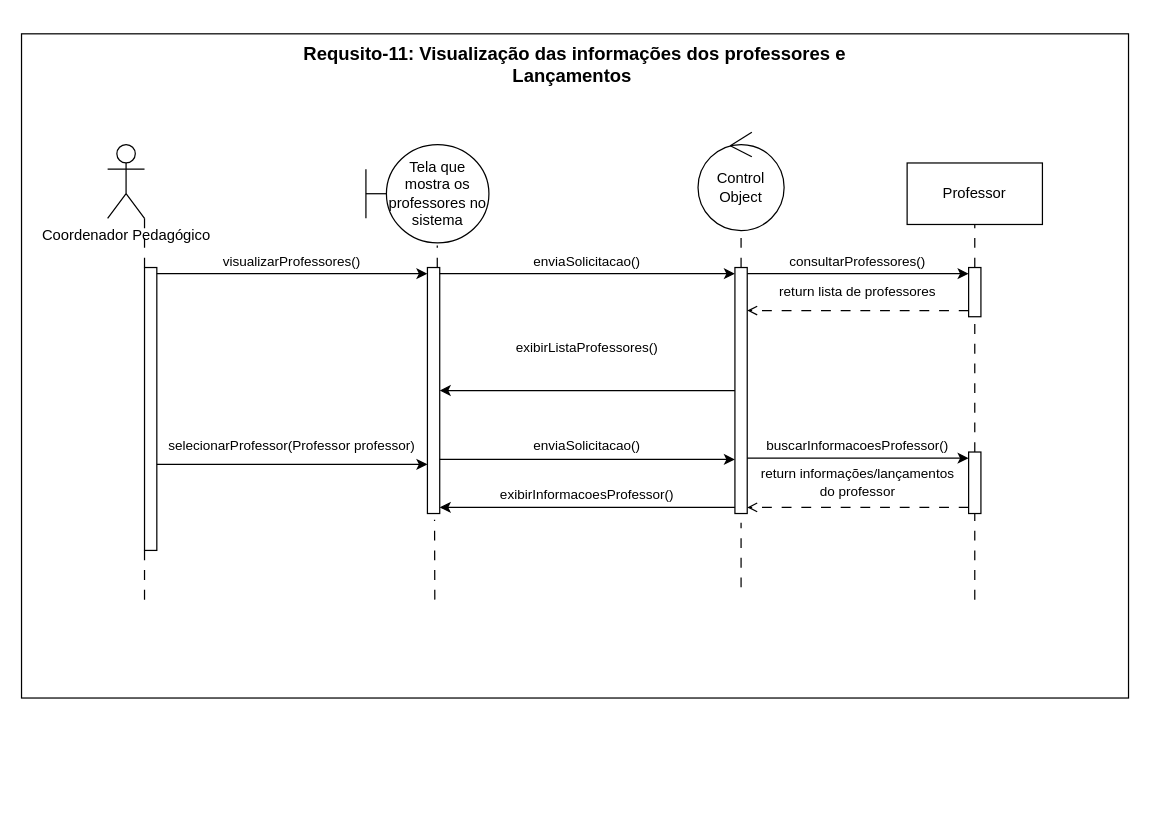
This is Requisito-11.drawio from LizReis/An-lise-de-Sistemas, a draw.io file, before an edit. Source tidied: cells renumbered, new cells numbered last; positions are measured from the earlier drawing's top-left corner, leaving out a move shared by most shapes. Both pictures are drawn from the tidied source at 123%, with x=0, y=0 at pixel (21, 33).
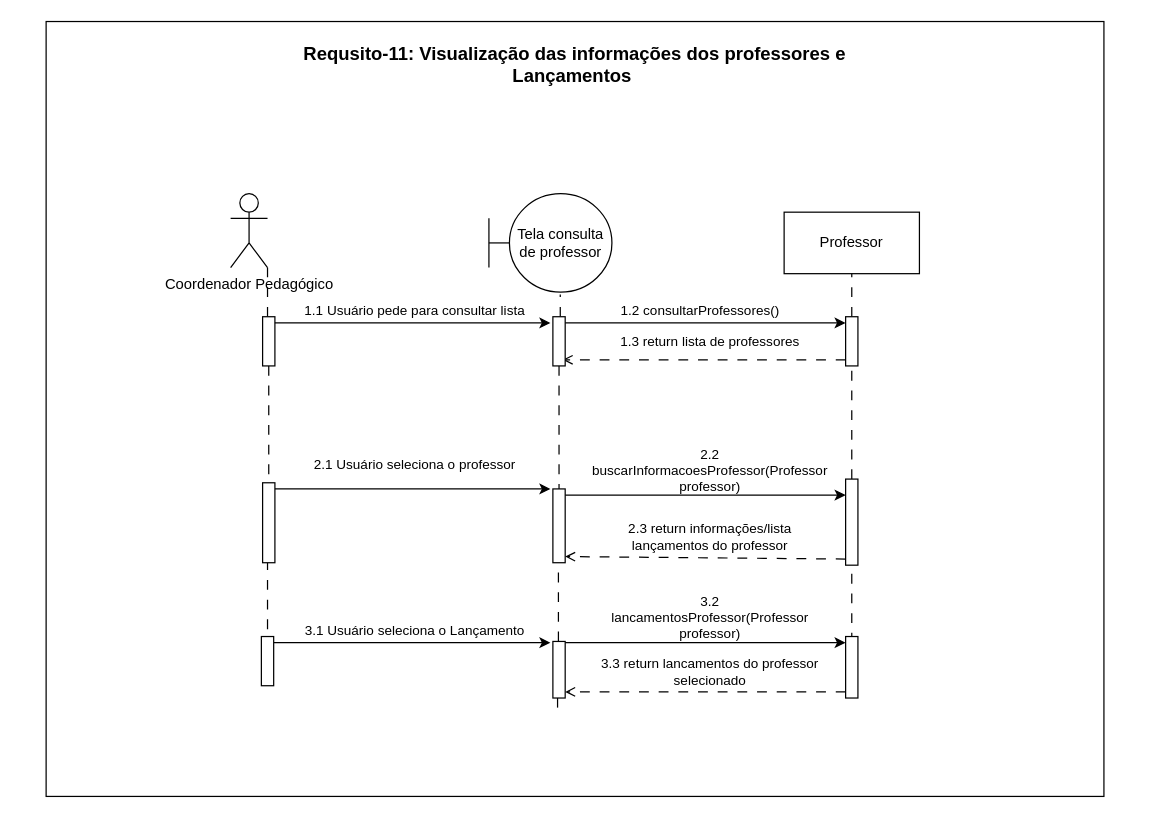
The same diagram, later.

What changed in the source:
```diff
@@
     <mxCell id="2" style="rounded=0;whiteSpace=wrap;html=1;" parent="1" vertex="1">
-      <mxGeometry width="900" height="540" as="geometry" />
+      <mxGeometry x="20" y="-10" width="860" height="630" as="geometry" />
     </mxCell>
     <mxCell id="3" value="Coordenador Pedagógico" style="shape=umlActor;verticalLabelPosition=bottom;verticalAlign=top;html=1;outlineConnect=0;" parent="1" vertex="1">
-      <mxGeometry x="70" y="90" width="30" height="60" as="geometry" />
+      <mxGeometry x="170" y="130" width="30" height="60" as="geometry" />
     </mxCell>
@@
-    <mxCell id="5" value="Tela que mostra os professores no sistema" style="shape=umlBoundary;whiteSpace=wrap;html=1;" parent="1" vertex="1">
-      <mxGeometry x="280" y="90" width="100" height="80" as="geometry" />
+    <mxCell id="5" value="Tela consulta de professor" style="shape=umlBoundary;whiteSpace=wrap;html=1;" parent="1" vertex="1">
+      <mxGeometry x="380" y="130" width="100" height="80" as="geometry" />
     </mxCell>
-    <mxCell id="6" value="Control Object" style="ellipse;shape=umlControl;whiteSpace=wrap;html=1;" parent="1" vertex="1">
-      <mxGeometry x="550" y="80" width="70" height="80" as="geometry" />
-    </mxCell>
     <mxCell id="7" value="Professor" style="html=1;whiteSpace=wrap;" parent="1" vertex="1">
-      <mxGeometry x="720" y="105" width="110" height="50" as="geometry" />
+      <mxGeometry x="620" y="145" width="110" height="50" as="geometry" />
     </mxCell>
-    <mxCell id="8" style="endArrow=none;html=1;rounded=0;dashed=1;dashPattern=8 8;entryX=0.58;entryY=1.025;entryDx=0;entryDy=0;entryPerimeter=0;" parent="1" edge="1" source="15" target="5">
-      <mxGeometry relative="1" as="geometry" />
+    <mxCell id="8" style="endArrow=none;html=1;rounded=0;dashed=1;dashPattern=8 8;entryX=0.58;entryY=1.025;entryDx=0;entryDy=0;entryPerimeter=0;" parent="1" edge="1" target="5">
+      <mxGeometry relative="1" as="geometry">
+        <mxPoint x="438" y="230" as="sourcePoint" />
+      </mxGeometry>
     </mxCell>
-    <mxCell id="9" style="endArrow=none;html=1;rounded=0;dashed=1;dashPattern=8 8;entryX=0.5;entryY=1.038;entryDx=0;entryDy=0;entryPerimeter=0;" parent="1" edge="1" source="19" target="6">
-      <mxGeometry relative="1" as="geometry" />
-    </mxCell>
@@
-    <mxCell id="11" style="endArrow=none;html=1;rounded=0;dashed=1;dashPattern=8 8;" parent="1" edge="1" target="12">
+    <mxCell id="11" style="endArrow=none;html=1;rounded=0;dashed=1;dashPattern=8 8;" parent="1" edge="1">
       <mxGeometry relative="1" as="geometry">
-        <mxPoint x="100" y="460" as="sourcePoint" />
+        <mxPoint x="201" y="358" as="sourcePoint" />
+        <mxPoint x="201" y="263" as="targetPoint" />
       </mxGeometry>
     </mxCell>
     <mxCell id="12" style="html=1;points=[[0,0,0,0,5],[0,1,0,0,-5],[1,0,0,0,5],[1,1,0,0,-5]];perimeter=orthogonalPerimeter;outlineConnect=0;targetShapes=umlLifeline;portConstraint=eastwest;newEdgeStyle={&quot;curved&quot;:0,&quot;rounded&quot;:0};" parent="1" vertex="1">
-      <mxGeometry x="100" y="190" width="10" height="230" as="geometry" />
+      <mxGeometry x="196" y="230" width="10" height="40" as="geometry" />
     </mxCell>
-    <mxCell id="13" style="endArrow=classic;html=1;rounded=0;exitX=1;exitY=0;exitDx=0;exitDy=5;exitPerimeter=0;entryX=0;entryY=0;entryDx=0;entryDy=5;entryPerimeter=0;" parent="1" edge="1" source="12" target="15">
-      <mxGeometry relative="1" as="geometry" />
+    <mxCell id="13" style="endArrow=classic;html=1;rounded=0;exitX=1;exitY=0;exitDx=0;exitDy=5;exitPerimeter=0;entryX=0;entryY=0;entryDx=0;entryDy=5;entryPerimeter=0;" parent="1" edge="1" source="12">
+      <mxGeometry relative="1" as="geometry">
+        <mxPoint x="430" y="235" as="targetPoint" />
+      </mxGeometry>
     </mxCell>
-    <mxCell id="14" style="endArrow=none;html=1;rounded=0;dashed=1;dashPattern=8 8;entryX=0.58;entryY=1.025;entryDx=0;entryDy=0;entryPerimeter=0;" parent="1" edge="1" target="15">
+    <mxCell id="14" style="endArrow=none;html=1;rounded=0;dashed=1;dashPattern=8 8;entryX=0.58;entryY=1.025;entryDx=0;entryDy=0;entryPerimeter=0;" parent="1" edge="1" source="55">
       <mxGeometry relative="1" as="geometry">
-        <mxPoint x="336" y="460" as="sourcePoint" />
+        <mxPoint x="435.8" y="547.8" as="targetPoint" />
       </mxGeometry>
     </mxCell>
-    <mxCell id="15" style="html=1;points=[[0,0,0,0,5],[0,1,0,0,-5],[1,0,0,0,5],[1,1,0,0,-5]];perimeter=orthogonalPerimeter;outlineConnect=0;targetShapes=umlLifeline;portConstraint=eastwest;newEdgeStyle={&quot;curved&quot;:0,&quot;rounded&quot;:0};" parent="1" vertex="1">
-      <mxGeometry x="330" y="190" width="10" height="200" as="geometry" />
-    </mxCell>
-    <mxCell id="16" value="visualizarProfessores()" style="text;html=1;align=center;verticalAlign=middle;whiteSpace=wrap;rounded=0;fontSize=11;" parent="1" vertex="1">
-      <mxGeometry x="110" y="170" width="220" height="30" as="geometry" />
+    <mxCell id="16" value="1.1 Usuário pede para consultar lista" style="text;html=1;align=center;verticalAlign=middle;whiteSpace=wrap;rounded=0;fontSize=11;" parent="1" vertex="1">
+      <mxGeometry x="210" y="210" width="220" height="30" as="geometry" />
     </mxCell>
-    <mxCell id="17" style="endArrow=classic;html=1;rounded=0;exitX=1;exitY=0;exitDx=0;exitDy=5;exitPerimeter=0;entryX=0;entryY=0;entryDx=0;entryDy=5;entryPerimeter=0;" parent="1" edge="1" source="15" target="19">
-      <mxGeometry relative="1" as="geometry" />
+    <mxCell id="17" style="endArrow=classic;html=1;rounded=0;exitX=1;exitY=0;exitDx=0;exitDy=5;exitPerimeter=0;entryX=0;entryY=0;entryDx=0;entryDy=5;entryPerimeter=0;" parent="1" edge="1" target="23">
+      <mxGeometry relative="1" as="geometry">
+        <mxPoint x="440" y="235" as="sourcePoint" />
+      </mxGeometry>
     </mxCell>
-    <mxCell id="18" style="endArrow=none;html=1;rounded=0;dashed=1;dashPattern=8 8;entryX=0.5;entryY=1.038;entryDx=0;entryDy=0;entryPerimeter=0;" parent="1" edge="1" target="19">
-      <mxGeometry relative="1" as="geometry">
-        <mxPoint x="585" y="450" as="sourcePoint" />
-      </mxGeometry>
-    </mxCell>
-    <mxCell id="19" style="html=1;points=[[0,0,0,0,5],[0,1,0,0,-5],[1,0,0,0,5],[1,1,0,0,-5]];perimeter=orthogonalPerimeter;outlineConnect=0;targetShapes=umlLifeline;portConstraint=eastwest;newEdgeStyle={&quot;curved&quot;:0,&quot;rounded&quot;:0};" parent="1" vertex="1">
-      <mxGeometry x="580" y="190" width="10" height="200" as="geometry" />
-    </mxCell>
-    <mxCell id="20" value="enviaSolicitacao()" style="text;html=1;align=center;verticalAlign=middle;whiteSpace=wrap;rounded=0;fontSize=11;" parent="1" vertex="1">
-      <mxGeometry x="350" y="170" width="220" height="30" as="geometry" />
-    </mxCell>
-    <mxCell id="21" style="endArrow=classic;html=1;rounded=0;exitX=1;exitY=0;exitDx=0;exitDy=5;exitPerimeter=0;entryX=0;entryY=0;entryDx=0;entryDy=5;entryPerimeter=0;" parent="1" edge="1" source="19" target="23">
-      <mxGeometry relative="1" as="geometry" />
-    </mxCell>
@@
     <mxCell id="23" style="html=1;points=[[0,0,0,0,5],[0,1,0,0,-5],[1,0,0,0,5],[1,1,0,0,-5]];perimeter=orthogonalPerimeter;outlineConnect=0;targetShapes=umlLifeline;portConstraint=eastwest;newEdgeStyle={&quot;curved&quot;:0,&quot;rounded&quot;:0};" parent="1" vertex="1">
-      <mxGeometry x="770" y="190" width="10" height="40" as="geometry" />
+      <mxGeometry x="670" y="230" width="10" height="40" as="geometry" />
     </mxCell>
-    <mxCell id="24" value="consultarProfessores()" style="text;html=1;align=center;verticalAlign=middle;whiteSpace=wrap;rounded=0;fontSize=11;" parent="1" vertex="1">
-      <mxGeometry x="570" y="170" width="220" height="30" as="geometry" />
+    <mxCell id="24" value="1.2 consultarProfessores()" style="text;html=1;align=center;verticalAlign=middle;whiteSpace=wrap;rounded=0;fontSize=11;" parent="1" vertex="1">
+      <mxGeometry x="442" y="210" width="220" height="30" as="geometry" />
     </mxCell>
-    <mxCell id="25" style="endArrow=open;html=1;rounded=0;exitX=0;exitY=1;exitDx=0;exitDy=-5;exitPerimeter=0;endFill=0;dashed=1;dashPattern=8 8;" parent="1" edge="1" source="23" target="19">
-      <mxGeometry relative="1" as="geometry" />
+    <mxCell id="25" style="endArrow=open;html=1;rounded=0;exitX=0;exitY=1;exitDx=0;exitDy=-5;exitPerimeter=0;endFill=0;dashed=1;dashPattern=8 8;" parent="1" edge="1" source="23">
+      <mxGeometry relative="1" as="geometry">
+        <mxPoint x="440" y="265" as="targetPoint" />
+      </mxGeometry>
     </mxCell>
-    <mxCell id="26" value="return lista de professores" style="text;html=1;align=center;verticalAlign=middle;whiteSpace=wrap;rounded=0;fontSize=11;" parent="1" vertex="1">
-      <mxGeometry x="570" y="200" width="220" height="20" as="geometry" />
+    <mxCell id="26" value="1.3 return lista de professores" style="text;html=1;align=center;verticalAlign=middle;whiteSpace=wrap;rounded=0;fontSize=11;" parent="1" vertex="1">
+      <mxGeometry x="450" y="240" width="220" height="20" as="geometry" />
     </mxCell>
-    <mxCell id="27" style="endArrow=classic;html=1;rounded=0;" parent="1" edge="1" source="19" target="15">
-      <mxGeometry relative="1" as="geometry" />
-    </mxCell>
-    <mxCell id="28" value="exibirListaProfessores()" style="text;html=1;align=center;verticalAlign=middle;whiteSpace=wrap;rounded=0;fontSize=11;" parent="1" vertex="1">
-      <mxGeometry x="350" y="240" width="220" height="30" as="geometry" />
-    </mxCell>
-    <mxCell id="29" style="endArrow=classic;html=1;rounded=0;exitX=0;exitY=1;exitDx=0;exitDy=0;" parent="1" edge="1" source="30" target="15">
-      <mxGeometry relative="1" as="geometry" />
+    <mxCell id="29" style="endArrow=classic;html=1;rounded=0;exitX=1;exitY=0;exitDx=0;exitDy=5;exitPerimeter=0;" parent="1" edge="1" source="51">
+      <mxGeometry relative="1" as="geometry">
+        <mxPoint x="430" y="370" as="targetPoint" />
+      </mxGeometry>
     </mxCell>
-    <mxCell id="30" value="selecionarProfessor(Professor professor)" style="text;html=1;align=center;verticalAlign=middle;whiteSpace=wrap;rounded=0;fontSize=11;" parent="1" vertex="1">
-      <mxGeometry x="110" y="320" width="220" height="30" as="geometry" />
+    <mxCell id="30" value="2.1 Usuário seleciona o professor" style="text;html=1;align=center;verticalAlign=middle;whiteSpace=wrap;rounded=0;fontSize=11;glass=0;" parent="1" vertex="1">
+      <mxGeometry x="210" y="335" width="220" height="30" as="geometry" />
     </mxCell>
-    <mxCell id="31" style="endArrow=classic;html=1;rounded=0;" parent="1" edge="1" source="15">
-      <mxGeometry relative="1" as="geometry">
-        <mxPoint x="580" y="346" as="targetPoint" />
-      </mxGeometry>
-    </mxCell>
-    <mxCell id="32" value="enviaSolicitacao()" style="text;html=1;align=center;verticalAlign=middle;whiteSpace=wrap;rounded=0;fontSize=11;" parent="1" vertex="1">
-      <mxGeometry x="405" y="320" width="110" height="30" as="geometry" />
-    </mxCell>
-    <mxCell id="33" style="endArrow=none;html=1;rounded=0;dashed=1;dashPattern=8 8;entryX=0.5;entryY=1;entryDx=0;entryDy=0;" parent="1" edge="1" target="34">
-      <mxGeometry relative="1" as="geometry">
-        <mxPoint x="775" y="460" as="sourcePoint" />
-      </mxGeometry>
-    </mxCell>
-    <mxCell id="34" style="html=1;points=[[0,0,0,0,5],[0,1,0,0,-5],[1,0,0,0,5],[1,1,0,0,-5]];perimeter=orthogonalPerimeter;outlineConnect=0;targetShapes=umlLifeline;portConstraint=eastwest;newEdgeStyle={&quot;curved&quot;:0,&quot;rounded&quot;:0};" parent="1" vertex="1">
-      <mxGeometry x="770" y="340" width="10" height="50" as="geometry" />
-    </mxCell>
-    <mxCell id="35" style="endArrow=classic;html=1;rounded=0;entryX=0;entryY=0;entryDx=0;entryDy=5;entryPerimeter=0;" parent="1" edge="1" source="19" target="34">
-      <mxGeometry relative="1" as="geometry" />
-    </mxCell>
-    <mxCell id="36" value="buscarInformacoesProfessor()" style="text;html=1;align=center;verticalAlign=middle;whiteSpace=wrap;rounded=0;fontSize=11;" parent="1" vertex="1">
-      <mxGeometry x="600" y="320" width="160" height="30" as="geometry" />
+    <mxCell id="36" value="2.2 buscarInformacoesProfessor(Professor professor)" style="text;html=1;align=center;verticalAlign=middle;whiteSpace=wrap;rounded=0;fontSize=11;" parent="1" vertex="1">
+      <mxGeometry x="480" y="340" width="160" height="30" as="geometry" />
     </mxCell>
-    <mxCell id="37" value="return informações/lançamentos do professor" style="text;html=1;align=center;verticalAlign=middle;whiteSpace=wrap;rounded=0;fontSize=11;" parent="1" vertex="1">
-      <mxGeometry x="600" y="350" width="160" height="30" as="geometry" />
+    <mxCell id="37" value="2.3 return informações/lista lançamentos do professor" style="text;html=1;align=center;verticalAlign=middle;whiteSpace=wrap;rounded=0;fontSize=11;" parent="1" vertex="1">
+      <mxGeometry x="470" y="394" width="180" height="30" as="geometry" />
     </mxCell>
-    <mxCell id="38" style="endArrow=open;html=1;rounded=0;exitX=0;exitY=1;exitDx=0;exitDy=-5;exitPerimeter=0;endFill=0;dashed=1;dashPattern=8 8;entryX=1;entryY=1;entryDx=0;entryDy=-5;entryPerimeter=0;" parent="1" edge="1" source="34" target="19">
+    <mxCell id="38" style="endArrow=open;html=1;rounded=0;exitX=0;exitY=1;exitDx=0;exitDy=-5;exitPerimeter=0;endFill=0;dashed=1;dashPattern=8 8;entryX=1;entryY=1;entryDx=0;entryDy=-5;entryPerimeter=0;" parent="1" edge="1" source="34" target="57">
       <mxGeometry relative="1" as="geometry" />
     </mxCell>
-    <mxCell id="39" style="endArrow=classic;html=1;rounded=0;exitX=0;exitY=1;exitDx=0;exitDy=-5;exitPerimeter=0;" parent="1" edge="1" source="19" target="15">
-      <mxGeometry relative="1" as="geometry" />
-    </mxCell>
-    <mxCell id="40" value="exibirInformacoesProfessor()" style="text;html=1;align=center;verticalAlign=middle;whiteSpace=wrap;rounded=0;fontSize=11;" parent="1" vertex="1">
-      <mxGeometry x="350" y="360" width="220" height="30" as="geometry" />
-    </mxCell>
@@
+    <mxCell id="42" style="endArrow=classic;html=1;rounded=0;" parent="1" edge="1" target="34">
+      <mxGeometry relative="1" as="geometry">
+        <mxPoint x="440" y="375" as="sourcePoint" />
+      </mxGeometry>
+    </mxCell>
+    <mxCell id="43" style="endArrow=classic;html=1;rounded=0;exitX=1;exitY=0;exitDx=0;exitDy=5;exitPerimeter=0;" parent="1" edge="1" source="52">
+      <mxGeometry relative="1" as="geometry">
+        <mxPoint x="430" y="495" as="targetPoint" />
+      </mxGeometry>
+    </mxCell>
+    <mxCell id="44" value="3.1 Usuário seleciona o Lançamento" style="text;html=1;align=center;verticalAlign=middle;whiteSpace=wrap;rounded=0;fontSize=11;" parent="1" vertex="1">
+      <mxGeometry x="210" y="470" width="220" height="30" as="geometry" />
+    </mxCell>
+    <mxCell id="45" style="endArrow=classic;html=1;rounded=0;entryX=0;entryY=0;entryDx=0;entryDy=5;entryPerimeter=0;" parent="1" edge="1" target="59">
+      <mxGeometry relative="1" as="geometry">
+        <mxPoint x="440" y="495" as="sourcePoint" />
+      </mxGeometry>
+    </mxCell>
+    <mxCell id="46" style="endArrow=none;html=1;rounded=0;dashed=1;dashPattern=8 8;entryX=1;entryY=1;entryDx=0;entryDy=-5;entryPerimeter=0;exitX=1;exitY=0;exitDx=0;exitDy=5;exitPerimeter=0;" parent="1" edge="1">
+      <mxGeometry relative="1" as="geometry">
+        <mxPoint x="675" y="495" as="sourcePoint" />
+        <mxPoint x="675" y="427" as="targetPoint" />
+      </mxGeometry>
+    </mxCell>
+    <mxCell id="47" style="endArrow=open;html=1;rounded=0;exitX=0;exitY=1;exitDx=0;exitDy=-5;exitPerimeter=0;endFill=0;dashed=1;dashPattern=8 8;entryX=1;entryY=1;entryDx=0;entryDy=-5;entryPerimeter=0;" parent="1" edge="1" source="59" target="55">
+      <mxGeometry relative="1" as="geometry" />
+    </mxCell>
+    <mxCell id="48" value="3.2 lancamentosProfessor(Professor professor)" style="text;html=1;align=center;verticalAlign=middle;whiteSpace=wrap;rounded=0;fontSize=11;" parent="1" vertex="1">
+      <mxGeometry x="480" y="460" width="160" height="30" as="geometry" />
+    </mxCell>
+    <mxCell id="49" value="3.3 return lancamentos do professor selecionado" style="text;html=1;align=center;verticalAlign=middle;whiteSpace=wrap;rounded=0;fontSize=11;" parent="1" vertex="1">
+      <mxGeometry x="450" y="504" width="220" height="30" as="geometry" />
+    </mxCell>
+    <mxCell id="50" style="endArrow=none;html=1;rounded=0;dashed=1;dashPattern=8 8;" parent="1" edge="1" target="51">
+      <mxGeometry relative="1" as="geometry">
+        <mxPoint x="200" y="500" as="sourcePoint" />
+      </mxGeometry>
+    </mxCell>
+    <mxCell id="51" style="html=1;points=[[0,0,0,0,5],[0,1,0,0,-5],[1,0,0,0,5],[1,1,0,0,-5]];perimeter=orthogonalPerimeter;outlineConnect=0;targetShapes=umlLifeline;portConstraint=eastwest;newEdgeStyle={&quot;curved&quot;:0,&quot;rounded&quot;:0};" parent="1" vertex="1">
+      <mxGeometry x="196" y="365" width="10" height="65" as="geometry" />
+    </mxCell>
+    <mxCell id="52" style="html=1;points=[[0,0,0,0,5],[0,1,0,0,-5],[1,0,0,0,5],[1,1,0,0,-5]];perimeter=orthogonalPerimeter;outlineConnect=0;targetShapes=umlLifeline;portConstraint=eastwest;newEdgeStyle={&quot;curved&quot;:0,&quot;rounded&quot;:0};" parent="1" vertex="1">
+      <mxGeometry x="195" y="490" width="10" height="40" as="geometry" />
+    </mxCell>
+    <mxCell id="53" style="html=1;perimeter=orthogonalPerimeter;targetShapes=umlLifeline;newEdgeStyle={&quot;curved&quot;:0,&quot;rounded&quot;:0};" parent="1" vertex="1">
+      <mxGeometry x="432" y="230" width="10" height="40" as="geometry" />
+    </mxCell>
+    <mxCell id="54" style="endArrow=none;html=1;rounded=0;dashed=1;dashPattern=8 8;entryX=0.58;entryY=1.025;entryDx=0;entryDy=0;entryPerimeter=0;" parent="1" edge="1" target="55">
+      <mxGeometry relative="1" as="geometry">
+        <mxPoint x="436" y="500" as="sourcePoint" />
+      </mxGeometry>
+    </mxCell>
+    <mxCell id="55" style="html=1;points=[[0,0,0,0,5],[0,1,0,0,-5],[1,0,0,0,5],[1,1,0,0,-5]];perimeter=orthogonalPerimeter;outlineConnect=0;targetShapes=umlLifeline;portConstraint=eastwest;newEdgeStyle={&quot;curved&quot;:0,&quot;rounded&quot;:0};" parent="1" vertex="1">
+      <mxGeometry x="432" y="494" width="10" height="46" as="geometry" />
+    </mxCell>
+    <mxCell id="56" style="endArrow=none;html=1;rounded=0;dashed=1;dashPattern=8 8;exitX=1;exitY=0;exitDx=0;exitDy=5;exitPerimeter=0;" parent="1" edge="1">
+      <mxGeometry relative="1" as="geometry">
+        <mxPoint x="437" y="374" as="sourcePoint" />
+        <mxPoint x="437" y="269" as="targetPoint" />
+      </mxGeometry>
+    </mxCell>
+    <mxCell id="57" style="html=1;points=[[0,0,0,0,5],[0,1,0,0,-5],[1,0,0,0,5],[1,1,0,0,-5]];perimeter=orthogonalPerimeter;outlineConnect=0;targetShapes=umlLifeline;portConstraint=eastwest;newEdgeStyle={&quot;curved&quot;:0,&quot;rounded&quot;:0};" parent="1" vertex="1">
+      <mxGeometry x="432" y="370" width="10" height="60" as="geometry" />
+    </mxCell>
+    <mxCell id="58" style="endArrow=none;html=1;rounded=0;dashed=1;dashPattern=8 8;" parent="1" edge="1" target="57">
+      <mxGeometry relative="1" as="geometry">
+        <mxPoint x="436.5" y="494" as="sourcePoint" />
+      </mxGeometry>
+    </mxCell>
+    <mxCell id="59" style="html=1;points=[[0,0,0,0,5],[0,1,0,0,-5],[1,0,0,0,5],[1,1,0,0,-5]];perimeter=orthogonalPerimeter;outlineConnect=0;targetShapes=umlLifeline;portConstraint=eastwest;newEdgeStyle={&quot;curved&quot;:0,&quot;rounded&quot;:0};" parent="1" vertex="1">
+      <mxGeometry x="670" y="490" width="10" height="50" as="geometry" />
+    </mxCell>
+    <mxCell id="34" style="html=1;points=[[0,0,0,0,5],[0,1,0,0,-5],[1,0,0,0,5],[1,1,0,0,-5]];perimeter=orthogonalPerimeter;outlineConnect=0;targetShapes=umlLifeline;portConstraint=eastwest;newEdgeStyle={&quot;curved&quot;:0,&quot;rounded&quot;:0};" parent="1" vertex="1">
+      <mxGeometry x="670" y="362" width="10" height="70" as="geometry" />
+    </mxCell>
```
